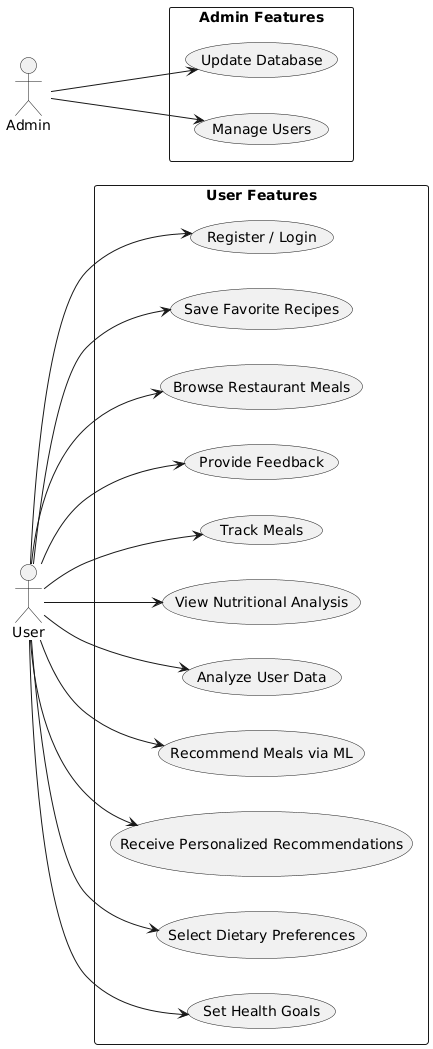
Before: Diagrams/Usecase Diagram.png, a diagram exported from PlantUML (hassan9khaled/Diet-Craft). Source of this version:
```plantuml
@startuml
left to right direction
skinparam packageStyle rectangle

actor User
actor Admin

package "User Features" {
  usecase "Set Health Goals" as U1
  usecase "Select Dietary Preferences" as U2
  usecase "Receive Personalized Recommendations" as U3
  usecase "Recommend Meals via ML" as U4
  usecase "Analyze User Data" as U5
  usecase "View Nutritional Analysis" as U6
  usecase "Track Meals" as U7
  usecase "Provide Feedback" as U8
  usecase "Browse Restaurant Meals" as U9
  usecase "Save Favorite Recipes" as U10
  usecase "Register / Login" as U11
}

package "Admin Features" {
  usecase "Manage Users" as A1
  usecase "Update Database" as A2
}

User --> U1
User --> U2
User --> U3
User --> U4
User --> U5
User --> U6
User --> U7
User --> U8
User --> U9
User --> U10
User --> U11

Admin --> A1
Admin --> A2
@enduml
```
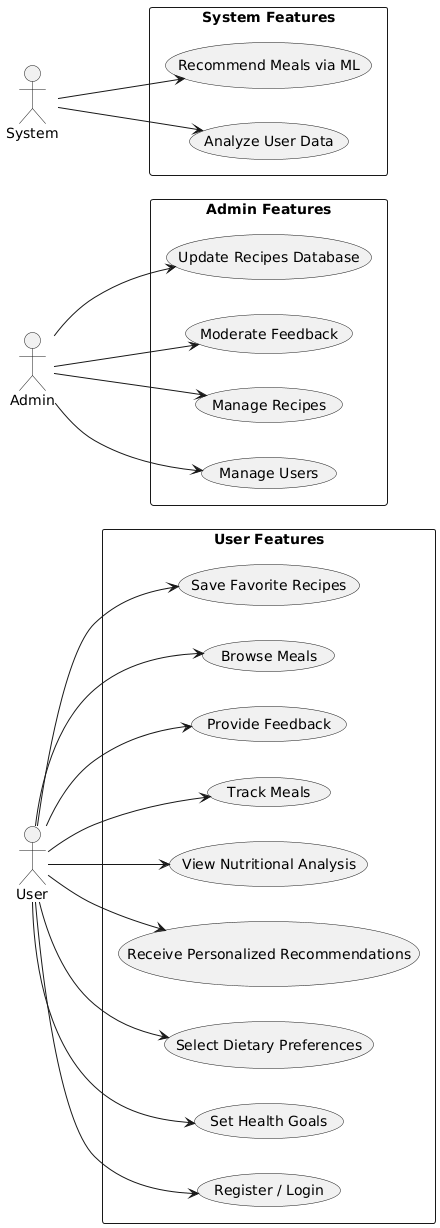
Later version of the same file.

Commit message:
Finall Edit for useCase

Diff of the diagram source:
```diff
@@ -4,24 +4,30 @@
 
 actor User
 actor Admin
+actor System
 
 package "User Features" {
-  usecase "Set Health Goals" as U1
-  usecase "Select Dietary Preferences" as U2
-  usecase "Receive Personalized Recommendations" as U3
-  usecase "Recommend Meals via ML" as U4
-  usecase "Analyze User Data" as U5
-  usecase "View Nutritional Analysis" as U6
-  usecase "Track Meals" as U7
-  usecase "Provide Feedback" as U8
-  usecase "Browse Restaurant Meals" as U9
-  usecase "Save Favorite Recipes" as U10
-  usecase "Register / Login" as U11
+  usecase "Register / Login" as U1
+  usecase "Set Health Goals" as U2
+  usecase "Select Dietary Preferences" as U3
+  usecase "Receive Personalized Recommendations" as U4
+  usecase "View Nutritional Analysis" as U5
+  usecase "Track Meals" as U6
+  usecase "Provide Feedback" as U7
+  usecase "Browse Meals" as U8
+  usecase "Save Favorite Recipes" as U9
 }
 
 package "Admin Features" {
   usecase "Manage Users" as A1
-  usecase "Update Database" as A2
+  usecase "Manage Recipes" as A2
+  usecase "Moderate Feedback" as A3
+  usecase "Update Recipes Database" as A4
+}
+
+package "System Features" {
+  usecase "Analyze User Data" as S1
+  usecase "Recommend Meals via ML" as S2
 }
 
 User --> U1
@@ -33,9 +39,12 @@
 User --> U7
 User --> U8
 User --> U9
-User --> U10
-User --> U11
 
 Admin --> A1
 Admin --> A2
+Admin --> A3
+Admin --> A4
+
+System --> S1
+System --> S2
 @enduml
```
